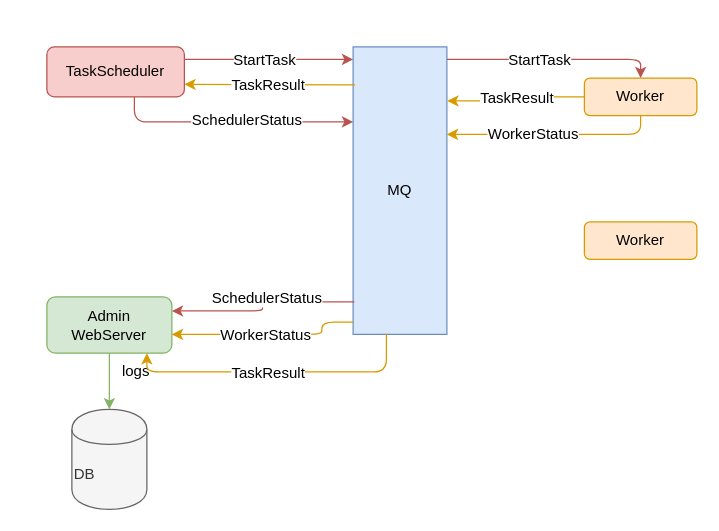
This is doc/framework.drawio from jupiterben/taskman, a draw.io file, before an edit. Source tidied: cells renumbered, new cells numbered last; positions are measured from the earlier drawing's top-left corner, leaving out a move shared by most shapes. Both pictures are drawn from the tidied source at 125%, with x=0, y=0 at pixel (46, 46).
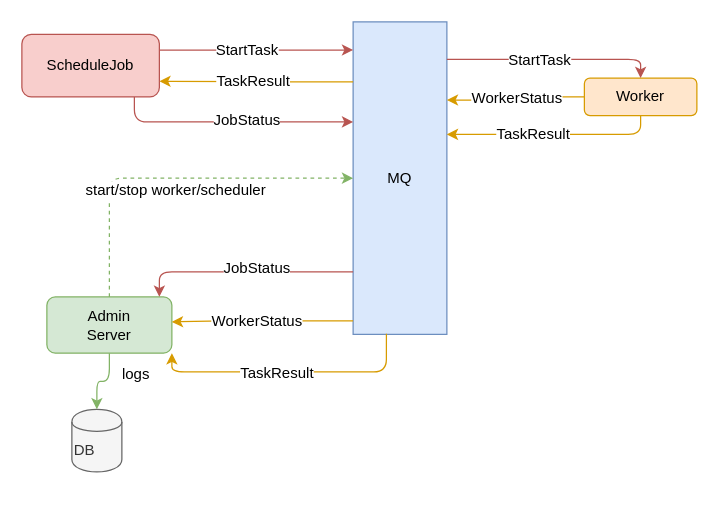
After the change.

The change refers to these unchanged cells:
```xml
<mxCell id="5" value="Worker" style="rounded=1;whiteSpace=wrap;html=1;fillColor=#ffe6cc;strokeColor=#d79b00;" parent="1" vertex="1">
  <mxGeometry x="430" y="25" width="90" height="30" as="geometry" />
</mxCell>
<mxCell id="16" style="endArrow=classic;html=1;edgeStyle=orthogonalEdgeStyle;fillColor=#f8cecc;strokeColor=#b85450;" parent="1" edge="1" source="3" target="2">
  <mxGeometry relative="1" as="geometry">
    <Array as="points">
      <mxPoint x="70" y="60" />
    </Array>
  </mxGeometry>
</mxCell>
<mxCell id="20" style="endArrow=classic;html=1;exitX=0.5;exitY=1;exitDx=0;exitDy=0;fillColor=#ffe6cc;strokeColor=#d79b00;edgeStyle=orthogonalEdgeStyle;elbow=vertical;" parent="1" edge="1" source="5" target="2">
  <mxGeometry relative="1" as="geometry">
    <Array as="points">
      <mxPoint x="475" y="70" />
    </Array>
  </mxGeometry>
</mxCell>
```

Change to the diagram source:
```diff
@@
     <mxCell id="2" value="MQ" style="rounded=0;whiteSpace=wrap;html=1;fillColor=#dae8fc;strokeColor=#6c8ebf;" parent="1" vertex="1">
-      <mxGeometry x="245" width="75" height="230" as="geometry" />
+      <mxGeometry x="245" y="-20" width="75" height="250" as="geometry" />
     </mxCell>
-    <mxCell id="3" value="TaskScheduler" style="rounded=1;whiteSpace=wrap;html=1;fillColor=#f8cecc;strokeColor=#b85450;" parent="1" vertex="1">
-      <mxGeometry width="110" height="40" as="geometry" />
+    <mxCell id="3" value="ScheduleJob" style="rounded=1;whiteSpace=wrap;html=1;fillColor=#f8cecc;strokeColor=#b85450;" parent="1" vertex="1">
+      <mxGeometry x="-20" y="-10" width="110" height="50" as="geometry" />
     </mxCell>
-    <mxCell id="4" value="Admin&lt;br&gt;WebServer" style="rounded=1;whiteSpace=wrap;html=1;fillColor=#d5e8d4;strokeColor=#82b366;" parent="1" vertex="1">
+    <mxCell id="4" value="Admin&lt;br&gt;Server" style="rounded=1;whiteSpace=wrap;html=1;fillColor=#d5e8d4;strokeColor=#82b366;" parent="1" vertex="1">
       <mxGeometry y="200" width="100" height="45" as="geometry" />
     </mxCell>
@@
-    <mxCell id="6" value="Worker" style="rounded=1;whiteSpace=wrap;html=1;fillColor=#ffe6cc;strokeColor=#d79b00;" parent="1" vertex="1">
-      <mxGeometry x="430" y="140" width="90" height="30" as="geometry" />
-    </mxCell>
-    <mxCell id="7" style="edgeStyle=elbowEdgeStyle;rounded=0;orthogonalLoop=1;jettySize=auto;elbow=vertical;html=1;exitX=0.5;exitY=1;exitDx=0;exitDy=0;startArrow=classic;startFill=1;" parent="1" edge="1" source="6" target="6">
-      <mxGeometry relative="1" as="geometry" />
+    <mxCell id="7" style="edgeStyle=elbowEdgeStyle;rounded=0;orthogonalLoop=1;jettySize=auto;elbow=vertical;html=1;exitX=0.5;exitY=1;exitDx=0;exitDy=0;startArrow=classic;startFill=1;" parent="1" edge="1">
+      <mxGeometry relative="1" as="geometry">
+        <mxPoint x="485" y="210" as="sourcePoint" />
+        <mxPoint x="485" y="210" as="targetPoint" />
+      </mxGeometry>
     </mxCell>
     <mxCell id="8" style="endArrow=classic;html=1;edgeStyle=elbowEdgeStyle;fillColor=#ffe6cc;strokeColor=#d79b00;exitX=0;exitY=0.957;exitDx=0;exitDy=0;exitPerimeter=0;" parent="1" edge="1" source="2" target="4">
       <mxGeometry relative="1" as="geometry">
         <Array as="points">
+          <mxPoint x="140" y="220" />
           <mxPoint x="220" y="230" />
           <mxPoint x="160" y="230" />
           <mxPoint x="210" y="220" />
           <mxPoint x="190" y="220" />
           <mxPoint x="180" y="220" />
           <mxPoint x="140" y="243" />
           <mxPoint x="170" y="230" />
           <mxPoint x="190" y="240" />
         </Array>
       </mxGeometry>
     </mxCell>
@@
     <mxCell id="10" style="endArrow=classic;html=1;exitX=1;exitY=0.25;exitDx=0;exitDy=0;fillColor=#f8cecc;strokeColor=#b85450;edgeStyle=orthogonalEdgeStyle;elbow=vertical;" parent="1" edge="1" source="3" target="2">
       <mxGeometry relative="1" as="geometry">
         <Array as="points">
-          <mxPoint x="220" y="10" />
-          <mxPoint x="220" y="10" />
+          <mxPoint x="200" y="3" />
+          <mxPoint x="200" y="3" />
         </Array>
       </mxGeometry>
     </mxCell>
@@
-    <mxCell id="12" style="endArrow=classic;html=1;entryX=1;entryY=0.75;entryDx=0;entryDy=0;exitX=0.02;exitY=0.132;exitDx=0;exitDy=0;exitPerimeter=0;fillColor=#ffe6cc;strokeColor=#d79b00;" parent="1" edge="1" source="2" target="3">
-      <mxGeometry relative="1" as="geometry" />
+    <mxCell id="12" style="endArrow=classic;html=1;entryX=1;entryY=0.75;entryDx=0;entryDy=0;fillColor=#ffe6cc;strokeColor=#d79b00;edgeStyle=orthogonalEdgeStyle;" parent="1" edge="1" source="2" target="3">
+      <mxGeometry relative="1" as="geometry">
+        <Array as="points">
+          <mxPoint x="200" y="28" />
+          <mxPoint x="200" y="28" />
+        </Array>
+      </mxGeometry>
     </mxCell>
@@
-    <mxCell id="14" style="endArrow=classic;html=1;fillColor=#ffe6cc;strokeColor=#d79b00;edgeStyle=orthogonalEdgeStyle;elbow=vertical;entryX=1.005;entryY=0.188;entryDx=0;entryDy=0;entryPerimeter=0;" parent="1" edge="1" source="5" target="2">
-      <mxGeometry relative="1" as="geometry">
-        <Array as="points">
-          <mxPoint x="375" y="40" />
-          <mxPoint x="375" y="43" />
-        </Array>
-      </mxGeometry>
+    <mxCell id="14" style="endArrow=classic;html=1;fillColor=#ffe6cc;strokeColor=#d79b00;edgeStyle=orthogonalEdgeStyle;elbow=vertical;entryX=1;entryY=0.25;entryDx=0;entryDy=0;" parent="1" edge="1" source="5" target="2">
+      <mxGeometry relative="1" as="geometry" />
     </mxCell>
-    <mxCell id="15" value="TaskResult" style="text;html=1;align=center;verticalAlign=middle;labelBackgroundColor=#ffffff;fontColor=#000000;" parent="14" vertex="1">
+    <mxCell id="15" value="WorkerStatus" style="text;html=1;align=center;verticalAlign=middle;labelBackgroundColor=#ffffff;fontColor=#000000;" parent="14" vertex="1">
       <mxGeometry x="-0.22" y="3" relative="1" as="geometry">
         <mxPoint x="-11" y="-3" as="offset" />
       </mxGeometry>
     </mxCell>
@@
-    <mxCell id="17" value="SchedulerStatus" style="text;html=1;align=center;verticalAlign=middle;labelBackgroundColor=#ffffff;" parent="16" vertex="1">
+    <mxCell id="17" value="JobStatus" style="text;html=1;align=center;verticalAlign=middle;labelBackgroundColor=#ffffff;" parent="16" vertex="1">
       <mxGeometry x="0.02" y="1" relative="1" as="geometry">
         <mxPoint x="10" y="-1" as="offset" />
       </mxGeometry>
     </mxCell>
@@
-    <mxCell id="21" value="WorkerStatus" style="text;html=1;align=center;verticalAlign=middle;labelBackgroundColor=#ffffff;fontColor=#000000;" parent="20" vertex="1">
+    <mxCell id="21" value="TaskResult" style="text;html=1;align=center;verticalAlign=middle;labelBackgroundColor=#ffffff;fontColor=#000000;" parent="20" vertex="1">
       <mxGeometry x="-0.22" y="3" relative="1" as="geometry">
         <mxPoint x="-36" y="-4" as="offset" />
       </mxGeometry>
     </mxCell>
-    <mxCell id="22" style="endArrow=classic;html=1;fontColor=#000000;exitX=0.013;exitY=0.887;exitDx=0;exitDy=0;exitPerimeter=0;entryX=1;entryY=0.25;entryDx=0;entryDy=0;edgeStyle=orthogonalEdgeStyle;fillColor=#f8cecc;strokeColor=#b85450;" parent="1" edge="1" source="2" target="4">
-      <mxGeometry relative="1" as="geometry" />
+    <mxCell id="22" style="endArrow=classic;html=1;fontColor=#000000;edgeStyle=orthogonalEdgeStyle;fillColor=#f8cecc;strokeColor=#b85450;" parent="1" edge="1" source="2" target="4">
+      <mxGeometry relative="1" as="geometry">
+        <Array as="points">
+          <mxPoint x="90" y="180" />
+        </Array>
+      </mxGeometry>
     </mxCell>
-    <mxCell id="23" value="SchedulerStatus" style="text;html=1;align=center;verticalAlign=middle;labelBackgroundColor=#ffffff;fontColor=#000000;" parent="22" vertex="1">
+    <mxCell id="23" value="JobStatus" style="text;html=1;align=center;verticalAlign=middle;labelBackgroundColor=#ffffff;fontColor=#000000;" parent="22" vertex="1">
       <mxGeometry x="-0.27" relative="1" as="geometry">
         <mxPoint x="-14" y="-4" as="offset" />
       </mxGeometry>
     </mxCell>
     <mxCell id="24" value="DB" style="shape=cylinder;whiteSpace=wrap;html=1;boundedLbl=1;backgroundOutline=1;rounded=1;align=left;fillColor=#f5f5f5;strokeColor=#666666;fontColor=#333333;" parent="1" vertex="1">
-      <mxGeometry x="20" y="290" width="60" height="80" as="geometry" />
+      <mxGeometry x="20" y="290" width="40" height="50" as="geometry" />
     </mxCell>
@@
-    <mxCell id="27" style="endArrow=classic;html=1;fillColor=#ffe6cc;strokeColor=#d79b00;edgeStyle=orthogonalEdgeStyle;elbow=vertical;exitX=0.355;exitY=0.998;exitDx=0;exitDy=0;exitPerimeter=0;" parent="1" edge="1" source="2">
+    <mxCell id="27" style="endArrow=classic;html=1;fillColor=#ffe6cc;strokeColor=#d79b00;edgeStyle=orthogonalEdgeStyle;elbow=vertical;exitX=0.355;exitY=0.998;exitDx=0;exitDy=0;exitPerimeter=0;" parent="1" edge="1" source="2" target="4">
       <mxGeometry relative="1" as="geometry">
-        <mxPoint x="80" y="245" as="targetPoint" />
         <Array as="points">
           <mxPoint x="272" y="260" />
-          <mxPoint x="80" y="260" />
+          <mxPoint x="100" y="260" />
         </Array>
       </mxGeometry>
     </mxCell>
@@
+    <mxCell id="29" style="endArrow=classic;html=1;fontColor=#000000;edgeStyle=orthogonalEdgeStyle;exitX=0.5;exitY=0;exitDx=0;exitDy=0;dashed=1;fillColor=#d5e8d4;strokeColor=#82b366;" parent="1" edge="1" source="4" target="2">
+      <mxGeometry relative="1" as="geometry" />
+    </mxCell>
+    <mxCell id="30" value="start/stop worker/scheduler" style="text;html=1;align=center;verticalAlign=middle;labelBackgroundColor=#ffffff;fontColor=#000000;" parent="29" vertex="1">
+      <mxGeometry x="-0.41" y="-52" relative="1" as="geometry" />
+    </mxCell>
```
